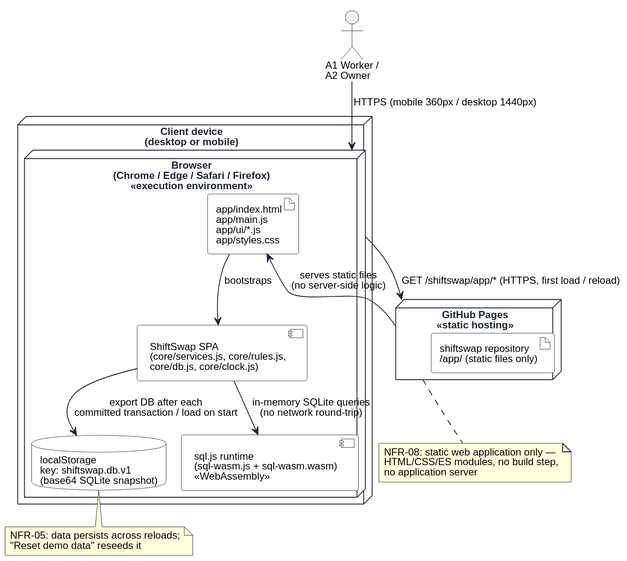
Before: uml/deployment.svg, a diagram exported from PlantUML (keemlogan/shiftswap). Its diagram source:
```plantuml
@startuml
!pragma layout smetana
skinparam defaultFontName "Helvetica"
skinparam defaultFontSize 12
skinparam shadowing false
skinparam backgroundColor #FFFFFF
skinparam node {
  BackgroundColor #FFFFFF
  BorderColor #1C2230
  FontColor #1C2230
}
skinparam component {
  BackgroundColor #FFFFFF
  BorderColor #1C2230
}
skinparam artifact {
  BackgroundColor #FFFFFF
  BorderColor #1C2230
}
skinparam ArrowColor #1C2230
skinparam database {
  BackgroundColor #FFFFFF
  BorderColor #1C2230
}

actor "A1 Worker /\nA2 Owner" as User

node "Client device\n(desktop or mobile)" as ClientDevice {
  node "Browser\n(Chrome / Edge / Safari / Firefox)\n<<execution environment>>" as Browser {
    artifact "app/index.html\napp/main.js\napp/ui/*.js\napp/styles.css" as StaticAssets
    component "sql.js runtime\n(sql-wasm.js + sql-wasm.wasm)\n<<WebAssembly>>" as SqlJs
    component "ShiftSwap SPA\n(core/services.js, core/rules.js,\ncore/db.js, core/clock.js)" as SPA
    database "localStorage\nkey: shiftswap.db.v1\n(base64 SQLite snapshot)" as LocalStorage
  }
}

node "GitHub Pages\n<<static hosting>>" as Pages {
  artifact "shiftswap repository\n/app/ (static files only)" as Repo
}

User --> Browser : HTTPS (mobile 360px / desktop 1440px)
Browser --> Pages : GET /shiftswap/app/* (HTTPS, first load / reload)
Pages --> StaticAssets : serves static files\n(no server-side logic)
StaticAssets --> SPA : bootstraps
SPA --> SqlJs : in-memory SQLite queries\n(no network round-trip)
SPA --> LocalStorage : export DB after each\ncommitted transaction / load on start

note bottom of Pages
  NFR-08: static web application only —
  HTML/CSS/ES modules, no build step,
  no application server
end note

note bottom of LocalStorage
  NFR-05: data persists across reloads;
  "Reset demo data" reseeds it
end note
@enduml
```
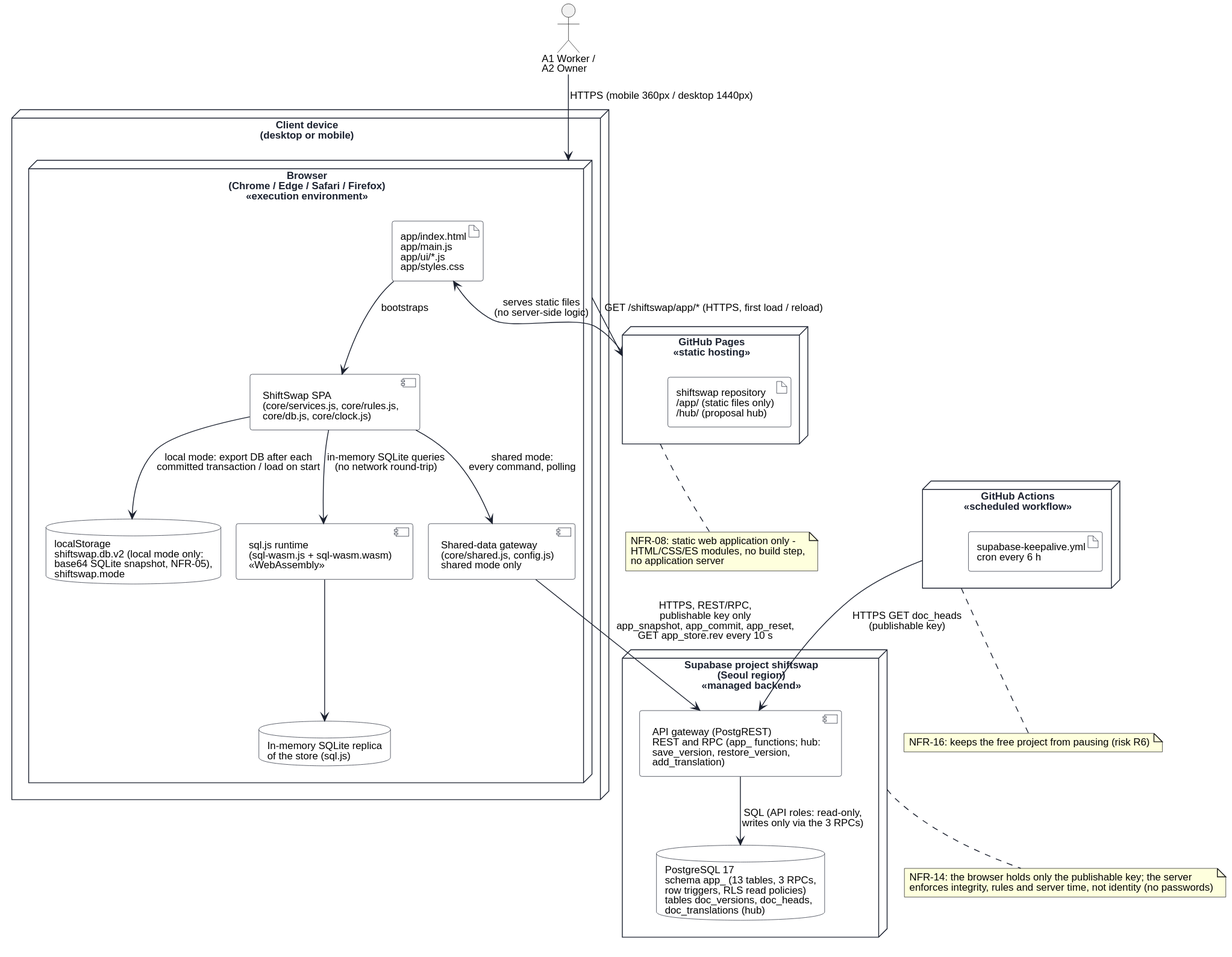
The same file after the commit.

The edit, as a diff of the source:
```diff
@@ -28,14 +28,25 @@
 node "Client device\n(desktop or mobile)" as ClientDevice {
   node "Browser\n(Chrome / Edge / Safari / Firefox)\n<<execution environment>>" as Browser {
     artifact "app/index.html\napp/main.js\napp/ui/*.js\napp/styles.css" as StaticAssets
+    component "ShiftSwap SPA\n(core/services.js, core/rules.js,\ncore/db.js, core/clock.js)" as SPA
+    component "Shared-data gateway\n(core/shared.js, config.js)\nshared mode only" as Gateway
     component "sql.js runtime\n(sql-wasm.js + sql-wasm.wasm)\n<<WebAssembly>>" as SqlJs
-    component "ShiftSwap SPA\n(core/services.js, core/rules.js,\ncore/db.js, core/clock.js)" as SPA
-    database "localStorage\nkey: shiftswap.db.v1\n(base64 SQLite snapshot)" as LocalStorage
+    database "In-memory SQLite replica\nof the store (sql.js)" as Replica
+    database "localStorage\nshiftswap.db.v2 (local mode only:\nbase64 SQLite snapshot, NFR-05),\nshiftswap.mode" as LocalStorage
   }
 }
 
 node "GitHub Pages\n<<static hosting>>" as Pages {
-  artifact "shiftswap repository\n/app/ (static files only)" as Repo
+  artifact "shiftswap repository\n/app/ (static files only)\n/hub/ (proposal hub)" as Repo
+}
+
+node "GitHub Actions\n<<scheduled workflow>>" as Actions {
+  artifact "supabase-keepalive.yml\ncron every 6 h" as KeepAlive
+}
+
+node "Supabase project shiftswap\n(Seoul region)\n<<managed backend>>" as Supabase {
+  component "API gateway (PostgREST)\nREST and RPC (app_ functions; hub:\nsave_version, restore_version,\nadd_translation)" as Api
+  database "PostgreSQL 17\nschema app_ (13 tables, 3 RPCs,\nrow triggers, RLS read policies)\ntables doc_versions, doc_heads,\ndoc_translations (hub)" as Pg
 }
 
 User --> Browser : HTTPS (mobile 360px / desktop 1440px)
@@ -43,16 +54,25 @@
 Pages --> StaticAssets : serves static files\n(no server-side logic)
 StaticAssets --> SPA : bootstraps
 SPA --> SqlJs : in-memory SQLite queries\n(no network round-trip)
-SPA --> LocalStorage : export DB after each\ncommitted transaction / load on start
+SqlJs --> Replica
+SPA --> Gateway : shared mode:\nevery command, polling
+Gateway --> Api : HTTPS, REST/RPC,\npublishable key only\napp_snapshot, app_commit, app_reset,\nGET app_store.rev every 10 s
+Api --> Pg : SQL (API roles: read-only,\nwrites only via the 3 RPCs)
+SPA --> LocalStorage : local mode: export DB after each\ncommitted transaction / load on start
+Actions --> Api : HTTPS GET doc_heads\n(publishable key)
 
 note bottom of Pages
-  NFR-08: static web application only —
+  NFR-08: static web application only -
   HTML/CSS/ES modules, no build step,
   no application server
 end note
 
-note bottom of LocalStorage
-  NFR-05: data persists across reloads;
-  "Reset demo data" reseeds it
+note bottom of Supabase
+  NFR-14: the browser holds only the publishable key; the server
+  enforces integrity, rules and server time, not identity (no passwords)
+end note
+
+note bottom of Actions
+  NFR-16: keeps the free project from pausing (risk R6)
 end note
 @enduml
```
